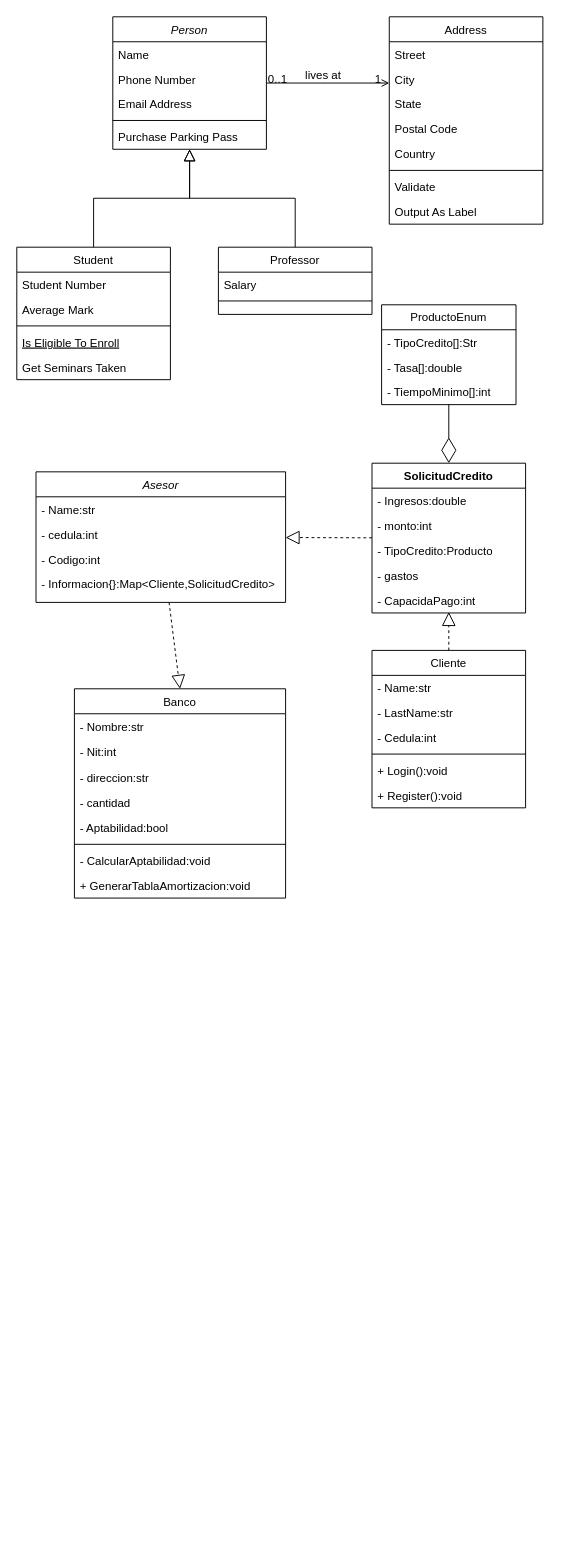
Before: Codigo java/promaxtaxes/src/main/java/com/promax/Diagrama sin título.drawio in Universidad-Antonio-Narino/UniversidadCode, a draw.io diagram. Source tidied: cells renumbered, new cells numbered last; positions are measured from the earlier drawing's top-left corner, leaving out a move shared by most shapes. Both pictures are drawn from the tidied source at 96%, with x=0, y=0 at pixel (16, 16).
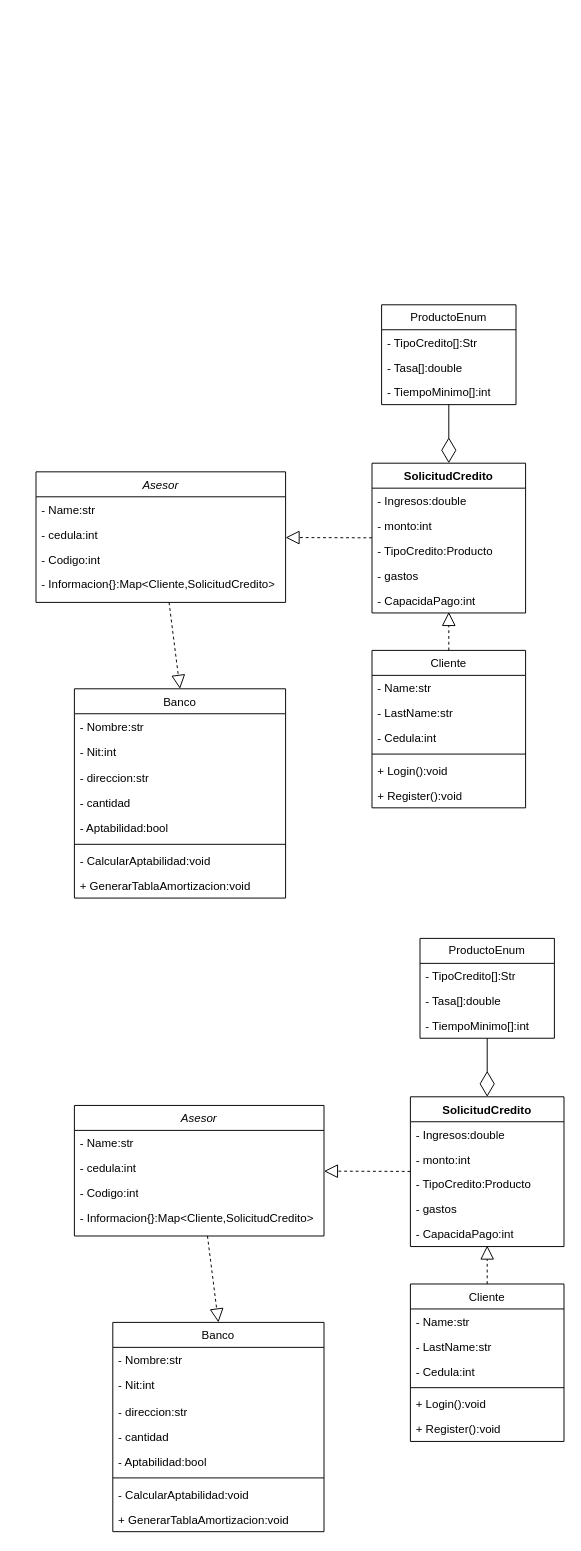
Above is the later version.

Change to the diagram source:
```diff
@@
-    <mxCell id="2" value="Person" style="swimlane;fontStyle=2;align=center;verticalAlign=top;horizontal=1;startSize=26;rounded=0;shadow=0;strokeWidth=1;" parent="1" vertex="1">
-      <mxGeometry x="100" width="160" height="138" as="geometry" />
-    </mxCell>
-    <mxCell id="3" value="Name" style="text;align=left;verticalAlign=top;spacingLeft=4;spacingRight=4;overflow=hidden;" parent="2" vertex="1">
-      <mxGeometry y="26" width="160" height="26" as="geometry" />
-    </mxCell>
-    <mxCell id="4" value="Phone Number" style="text;align=left;verticalAlign=top;spacingLeft=4;spacingRight=4;overflow=hidden;rounded=0;shadow=0;html=0;" parent="2" vertex="1">
-      <mxGeometry y="52" width="160" height="26" as="geometry" />
-    </mxCell>
-    <mxCell id="5" value="Email Address" style="text;align=left;verticalAlign=top;spacingLeft=4;spacingRight=4;overflow=hidden;rounded=0;shadow=0;html=0;" parent="2" vertex="1">
-      <mxGeometry y="78" width="160" height="26" as="geometry" />
-    </mxCell>
-    <mxCell id="6" style="line;html=1;strokeWidth=1;align=left;verticalAlign=middle;spacingTop=-1;spacingLeft=3;spacingRight=3;labelPosition=right;" parent="2" vertex="1">
-      <mxGeometry y="104" width="160" height="8" as="geometry" />
-    </mxCell>
-    <mxCell id="7" value="Purchase Parking Pass" style="text;align=left;verticalAlign=top;spacingLeft=4;spacingRight=4;overflow=hidden;" parent="2" vertex="1">
-      <mxGeometry y="112" width="160" height="26" as="geometry" />
-    </mxCell>
-    <mxCell id="8" value="Student" style="swimlane;fontStyle=0;align=center;verticalAlign=top;horizontal=1;startSize=26;rounded=0;shadow=0;strokeWidth=1;" parent="1" vertex="1">
-      <mxGeometry y="240" width="160" height="138" as="geometry" />
-    </mxCell>
-    <mxCell id="9" value="Student Number" style="text;align=left;verticalAlign=top;spacingLeft=4;spacingRight=4;overflow=hidden;" parent="8" vertex="1">
-      <mxGeometry y="26" width="160" height="26" as="geometry" />
-    </mxCell>
-    <mxCell id="10" value="Average Mark" style="text;align=left;verticalAlign=top;spacingLeft=4;spacingRight=4;overflow=hidden;rounded=0;shadow=0;html=0;" parent="8" vertex="1">
-      <mxGeometry y="52" width="160" height="26" as="geometry" />
-    </mxCell>
-    <mxCell id="11" style="line;html=1;strokeWidth=1;align=left;verticalAlign=middle;spacingTop=-1;spacingLeft=3;spacingRight=3;labelPosition=right;" parent="8" vertex="1">
-      <mxGeometry y="78" width="160" height="8" as="geometry" />
-    </mxCell>
-    <mxCell id="12" value="Is Eligible To Enroll" style="text;align=left;verticalAlign=top;spacingLeft=4;spacingRight=4;overflow=hidden;fontStyle=4;" parent="8" vertex="1">
-      <mxGeometry y="86" width="160" height="26" as="geometry" />
-    </mxCell>
-    <mxCell id="13" value="Get Seminars Taken" style="text;align=left;verticalAlign=top;spacingLeft=4;spacingRight=4;overflow=hidden;" parent="8" vertex="1">
-      <mxGeometry y="112" width="160" height="26" as="geometry" />
-    </mxCell>
-    <mxCell id="14" style="endArrow=block;endSize=10;endFill=0;shadow=0;strokeWidth=1;rounded=0;curved=0;edgeStyle=elbowEdgeStyle;elbow=vertical;" parent="1" edge="1" source="8" target="2">
-      <mxGeometry relative="1" as="geometry" />
-    </mxCell>
-    <mxCell id="15" value="Professor" style="swimlane;fontStyle=0;align=center;verticalAlign=top;horizontal=1;startSize=26;rounded=0;shadow=0;strokeWidth=1;" parent="1" vertex="1">
-      <mxGeometry x="210" y="240" width="160" height="70" as="geometry" />
-    </mxCell>
-    <mxCell id="16" value="Salary" style="text;align=left;verticalAlign=top;spacingLeft=4;spacingRight=4;overflow=hidden;" parent="15" vertex="1">
-      <mxGeometry y="26" width="160" height="26" as="geometry" />
-    </mxCell>
-    <mxCell id="17" style="line;html=1;strokeWidth=1;align=left;verticalAlign=middle;spacingTop=-1;spacingLeft=3;spacingRight=3;labelPosition=right;" parent="15" vertex="1">
-      <mxGeometry y="52" width="160" height="8" as="geometry" />
-    </mxCell>
-    <mxCell id="18" style="endArrow=block;endSize=10;endFill=0;shadow=0;strokeWidth=1;rounded=0;curved=0;edgeStyle=elbowEdgeStyle;elbow=vertical;" parent="1" edge="1" source="15" target="2">
-      <mxGeometry relative="1" as="geometry" />
-    </mxCell>
-    <mxCell id="19" value="Address" style="swimlane;fontStyle=0;align=center;verticalAlign=top;horizontal=1;startSize=26;rounded=0;shadow=0;strokeWidth=1;" parent="1" vertex="1">
-      <mxGeometry x="388" width="160" height="216" as="geometry" />
-    </mxCell>
-    <mxCell id="20" value="Street" style="text;align=left;verticalAlign=top;spacingLeft=4;spacingRight=4;overflow=hidden;" parent="19" vertex="1">
-      <mxGeometry y="26" width="160" height="26" as="geometry" />
-    </mxCell>
-    <mxCell id="21" value="City" style="text;align=left;verticalAlign=top;spacingLeft=4;spacingRight=4;overflow=hidden;rounded=0;shadow=0;html=0;" parent="19" vertex="1">
-      <mxGeometry y="52" width="160" height="26" as="geometry" />
-    </mxCell>
-    <mxCell id="22" value="State" style="text;align=left;verticalAlign=top;spacingLeft=4;spacingRight=4;overflow=hidden;rounded=0;shadow=0;html=0;" parent="19" vertex="1">
-      <mxGeometry y="78" width="160" height="26" as="geometry" />
-    </mxCell>
-    <mxCell id="23" value="Postal Code" style="text;align=left;verticalAlign=top;spacingLeft=4;spacingRight=4;overflow=hidden;rounded=0;shadow=0;html=0;" parent="19" vertex="1">
-      <mxGeometry y="104" width="160" height="26" as="geometry" />
-    </mxCell>
-    <mxCell id="24" value="Country" style="text;align=left;verticalAlign=top;spacingLeft=4;spacingRight=4;overflow=hidden;rounded=0;shadow=0;html=0;" parent="19" vertex="1">
-      <mxGeometry y="130" width="160" height="26" as="geometry" />
-    </mxCell>
-    <mxCell id="25" style="line;html=1;strokeWidth=1;align=left;verticalAlign=middle;spacingTop=-1;spacingLeft=3;spacingRight=3;labelPosition=right;" parent="19" vertex="1">
-      <mxGeometry y="156" width="160" height="8" as="geometry" />
-    </mxCell>
-    <mxCell id="26" value="Validate" style="text;align=left;verticalAlign=top;spacingLeft=4;spacingRight=4;overflow=hidden;" parent="19" vertex="1">
-      <mxGeometry y="164" width="160" height="26" as="geometry" />
-    </mxCell>
-    <mxCell id="27" value="Output As Label" style="text;align=left;verticalAlign=top;spacingLeft=4;spacingRight=4;overflow=hidden;" parent="19" vertex="1">
-      <mxGeometry y="190" width="160" height="26" as="geometry" />
-    </mxCell>
-    <mxCell id="28" style="endArrow=open;shadow=0;strokeWidth=1;rounded=0;curved=0;endFill=1;edgeStyle=elbowEdgeStyle;elbow=vertical;" parent="1" edge="1" source="2" target="19">
-      <mxGeometry x="0.5" y="41" relative="1" as="geometry">
-        <mxPoint x="-40" y="32" as="offset" />
-      </mxGeometry>
-    </mxCell>
-    <mxCell id="29" value="0..1" style="align=left;verticalAlign=bottom;labelBackgroundColor=none;fontSize=12;" parent="28" vertex="1">
-      <mxGeometry x="-1" relative="1" as="geometry">
-        <mxPoint y="4" as="offset" />
-      </mxGeometry>
-    </mxCell>
-    <mxCell id="30" value="1" style="align=right;verticalAlign=bottom;labelBackgroundColor=none;fontSize=12;" parent="28" vertex="1">
-      <mxGeometry x="1" relative="1" as="geometry">
-        <mxPoint x="-7" y="4" as="offset" />
-      </mxGeometry>
-    </mxCell>
-    <mxCell id="31" value="lives at" style="text;html=1;align=center;verticalAlign=middle;labelBackgroundColor=none;rounded=0;shadow=0;strokeWidth=1;fontSize=12;" parent="28" vertex="1">
-      <mxGeometry x="0.5" y="49" relative="1" as="geometry">
-        <mxPoint x="-38" y="40" as="offset" />
-      </mxGeometry>
-    </mxCell>
@@
+    <mxCell id="67" value="Asesor" style="swimlane;fontStyle=2;align=center;verticalAlign=top;horizontal=1;startSize=26;rounded=0;shadow=0;strokeWidth=1;" parent="1" vertex="1">
+      <mxGeometry x="60" y="1134" width="260" height="136" as="geometry" />
+    </mxCell>
+    <mxCell id="68" value="- Name:str" style="text;align=left;verticalAlign=top;spacingLeft=4;spacingRight=4;overflow=hidden;" parent="67" vertex="1">
+      <mxGeometry y="26" width="260" height="26" as="geometry" />
+    </mxCell>
+    <mxCell id="69" value="- cedula:int&#10;" style="text;align=left;verticalAlign=top;spacingLeft=4;spacingRight=4;overflow=hidden;rounded=0;shadow=0;html=0;" parent="67" vertex="1">
+      <mxGeometry y="52" width="260" height="26" as="geometry" />
+    </mxCell>
+    <mxCell id="70" value="- Codigo:int" style="text;strokeColor=none;fillColor=none;align=left;verticalAlign=top;spacingLeft=4;spacingRight=4;overflow=hidden;whiteSpace=wrap;html=1;" parent="67" vertex="1">
+      <mxGeometry y="78" width="260" height="26" as="geometry" />
+    </mxCell>
+    <mxCell id="71" value="- Informacion{}:Map&amp;lt;Cliente,SolicitudCredito&amp;gt;" style="text;strokeColor=none;fillColor=none;align=left;verticalAlign=top;spacingLeft=4;spacingRight=4;overflow=hidden;whiteSpace=wrap;html=1;" parent="67" vertex="1">
+      <mxGeometry y="104" width="260" height="30" as="geometry" />
+    </mxCell>
+    <mxCell id="72" value="Banco" style="swimlane;fontStyle=0;align=center;verticalAlign=top;horizontal=1;startSize=26;rounded=0;shadow=0;strokeWidth=1;" parent="1" vertex="1">
+      <mxGeometry x="100" y="1360" width="220" height="218" as="geometry" />
+    </mxCell>
+    <mxCell id="73" value="- Nombre:str" style="text;align=left;verticalAlign=top;spacingLeft=4;spacingRight=4;overflow=hidden;" parent="72" vertex="1">
+      <mxGeometry y="26" width="220" height="26" as="geometry" />
+    </mxCell>
+    <mxCell id="74" value="- Nit:int" style="text;align=left;verticalAlign=top;spacingLeft=4;spacingRight=4;overflow=hidden;rounded=0;shadow=0;html=0;" parent="72" vertex="1">
+      <mxGeometry y="52" width="220" height="28" as="geometry" />
+    </mxCell>
+    <mxCell id="75" value="- direccion:str" style="text;strokeColor=none;fillColor=none;align=left;verticalAlign=top;spacingLeft=4;spacingRight=4;overflow=hidden;whiteSpace=wrap;html=1;" parent="72" vertex="1">
+      <mxGeometry y="80" width="220" height="26" as="geometry" />
+    </mxCell>
+    <mxCell id="76" value="- cantidad" style="text;strokeColor=none;fillColor=none;align=left;verticalAlign=top;spacingLeft=4;spacingRight=4;overflow=hidden;whiteSpace=wrap;html=1;" parent="72" vertex="1">
+      <mxGeometry y="106" width="220" height="26" as="geometry" />
+    </mxCell>
+    <mxCell id="77" value="- Aptabilidad:bool" style="text;strokeColor=none;fillColor=none;align=left;verticalAlign=top;spacingLeft=4;spacingRight=4;overflow=hidden;whiteSpace=wrap;html=1;" parent="72" vertex="1">
+      <mxGeometry y="132" width="220" height="26" as="geometry" />
+    </mxCell>
+    <mxCell id="78" style="line;strokeWidth=1;fillColor=none;align=left;verticalAlign=middle;spacingTop=-1;spacingLeft=3;spacingRight=3;labelPosition=right;strokeColor=inherit;" parent="72" vertex="1">
+      <mxGeometry y="158" width="220" height="8" as="geometry" />
+    </mxCell>
+    <mxCell id="79" value="- CalcularAptabilidad:void" style="text;strokeColor=none;fillColor=none;align=left;verticalAlign=top;spacingLeft=4;spacingRight=4;overflow=hidden;whiteSpace=wrap;html=1;" parent="72" vertex="1">
+      <mxGeometry y="166" width="220" height="26" as="geometry" />
+    </mxCell>
+    <mxCell id="80" value="+ GenerarTablaAmortizacion:void" style="text;align=left;verticalAlign=top;spacingLeft=4;spacingRight=4;overflow=hidden;" parent="72" vertex="1">
+      <mxGeometry y="192" width="220" height="26" as="geometry" />
+    </mxCell>
+    <mxCell id="81" value="Cliente" style="swimlane;fontStyle=0;align=center;verticalAlign=top;horizontal=1;startSize=26;rounded=0;shadow=0;strokeWidth=1;" parent="1" vertex="1">
+      <mxGeometry x="410" y="1320" width="160" height="164" as="geometry" />
+    </mxCell>
+    <mxCell id="82" value="- Name:str" style="text;align=left;verticalAlign=top;spacingLeft=4;spacingRight=4;overflow=hidden;" parent="81" vertex="1">
+      <mxGeometry y="26" width="160" height="26" as="geometry" />
+    </mxCell>
+    <mxCell id="83" value="- LastName:str" style="text;align=left;verticalAlign=top;spacingLeft=4;spacingRight=4;overflow=hidden;rounded=0;shadow=0;html=0;" parent="81" vertex="1">
+      <mxGeometry y="52" width="160" height="26" as="geometry" />
+    </mxCell>
+    <mxCell id="84" value="- Cedula:int" style="text;align=left;verticalAlign=top;spacingLeft=4;spacingRight=4;overflow=hidden;rounded=0;shadow=0;html=0;" parent="81" vertex="1">
+      <mxGeometry y="78" width="160" height="26" as="geometry" />
+    </mxCell>
+    <mxCell id="85" style="line;strokeWidth=1;fillColor=none;align=left;verticalAlign=middle;spacingTop=-1;spacingLeft=3;spacingRight=3;labelPosition=right;strokeColor=inherit;" parent="81" vertex="1">
+      <mxGeometry y="104" width="160" height="8" as="geometry" />
+    </mxCell>
+    <mxCell id="86" value="+ Login():void" style="text;strokeColor=none;fillColor=none;align=left;verticalAlign=top;spacingLeft=4;spacingRight=4;overflow=hidden;whiteSpace=wrap;html=1;" parent="81" vertex="1">
+      <mxGeometry y="112" width="160" height="26" as="geometry" />
+    </mxCell>
+    <mxCell id="87" value="+ Register():void" style="text;strokeColor=none;fillColor=none;align=left;verticalAlign=top;spacingLeft=4;spacingRight=4;overflow=hidden;whiteSpace=wrap;html=1;" parent="81" vertex="1">
+      <mxGeometry y="138" width="160" height="26" as="geometry" />
+    </mxCell>
+    <mxCell id="88" value="SolicitudCredito" style="swimlane;fontStyle=1;align=center;verticalAlign=top;horizontal=1;startSize=26;whiteSpace=wrap;html=1;" parent="1" vertex="1">
+      <mxGeometry x="410" y="1125" width="160" height="156" as="geometry" />
+    </mxCell>
+    <mxCell id="89" value="- Ingresos:double" style="text;strokeColor=none;fillColor=none;align=left;verticalAlign=top;spacingLeft=4;spacingRight=4;overflow=hidden;whiteSpace=wrap;html=1;" parent="88" vertex="1">
+      <mxGeometry y="26" width="160" height="26" as="geometry" />
+    </mxCell>
+    <mxCell id="90" value="- monto:int" style="text;strokeColor=none;fillColor=none;align=left;verticalAlign=top;spacingLeft=4;spacingRight=4;overflow=hidden;whiteSpace=wrap;html=1;" parent="88" vertex="1">
+      <mxGeometry y="52" width="160" height="26" as="geometry" />
+    </mxCell>
+    <mxCell id="91" value="- TipoCredito:Producto" style="text;strokeColor=none;fillColor=none;align=left;verticalAlign=top;spacingLeft=4;spacingRight=4;overflow=hidden;whiteSpace=wrap;html=1;" parent="88" vertex="1">
+      <mxGeometry y="78" width="160" height="26" as="geometry" />
+    </mxCell>
+    <mxCell id="92" value="- gastos" style="text;strokeColor=none;fillColor=none;align=left;verticalAlign=top;spacingLeft=4;spacingRight=4;overflow=hidden;whiteSpace=wrap;html=1;" parent="88" vertex="1">
+      <mxGeometry y="104" width="160" height="26" as="geometry" />
+    </mxCell>
+    <mxCell id="93" value="- CapacidaPago:int" style="text;strokeColor=none;fillColor=none;align=left;verticalAlign=top;spacingLeft=4;spacingRight=4;overflow=hidden;whiteSpace=wrap;html=1;" parent="88" vertex="1">
+      <mxGeometry y="130" width="160" height="26" as="geometry" />
+    </mxCell>
+    <mxCell id="94" value="ProductoEnum" style="swimlane;fontStyle=0;horizontal=1;startSize=26;fillColor=none;whiteSpace=wrap;html=1;" parent="1" vertex="1">
+      <mxGeometry x="420" y="960" width="140" height="104" as="geometry" />
+    </mxCell>
+    <mxCell id="95" value="- TipoCredito[]:Str" style="text;strokeColor=none;fillColor=none;align=left;verticalAlign=top;spacingLeft=4;spacingRight=4;overflow=hidden;whiteSpace=wrap;html=1;" parent="94" vertex="1">
+      <mxGeometry y="26" width="140" height="26" as="geometry" />
+    </mxCell>
+    <mxCell id="96" value="- Tasa[]:double" style="text;strokeColor=none;fillColor=none;align=left;verticalAlign=top;spacingLeft=4;spacingRight=4;overflow=hidden;whiteSpace=wrap;html=1;" parent="94" vertex="1">
+      <mxGeometry y="52" width="140" height="26" as="geometry" />
+    </mxCell>
+    <mxCell id="97" value="- TiempoMinimo[]:int" style="text;strokeColor=none;fillColor=none;align=left;verticalAlign=top;spacingLeft=4;spacingRight=4;overflow=hidden;whiteSpace=wrap;html=1;" parent="94" vertex="1">
+      <mxGeometry y="78" width="140" height="26" as="geometry" />
+    </mxCell>
+    <mxCell id="98" style="endArrow=diamondThin;endFill=0;endSize=24;html=1;rounded=0;entryX=0.5;entryY=0;entryDx=0;entryDy=0;" parent="1" edge="1" source="94" target="88">
+      <mxGeometry relative="1" as="geometry" />
+    </mxCell>
+    <mxCell id="99" style="endArrow=block;dashed=1;endFill=0;endSize=12;html=1;rounded=0;" parent="1" edge="1" source="81">
+      <mxGeometry relative="1" as="geometry">
+        <mxPoint x="490" y="1280" as="targetPoint" />
+      </mxGeometry>
+    </mxCell>
+    <mxCell id="100" style="endArrow=block;dashed=1;endFill=0;endSize=12;html=1;rounded=0;" parent="1" edge="1" source="88" target="67">
+      <mxGeometry relative="1" as="geometry" />
+    </mxCell>
+    <mxCell id="101" style="endArrow=block;dashed=1;endFill=0;endSize=12;html=1;rounded=0;entryX=0.5;entryY=0;entryDx=0;entryDy=0;" parent="1" edge="1" source="67" target="72">
+      <mxGeometry relative="1" as="geometry" />
+    </mxCell>
```
